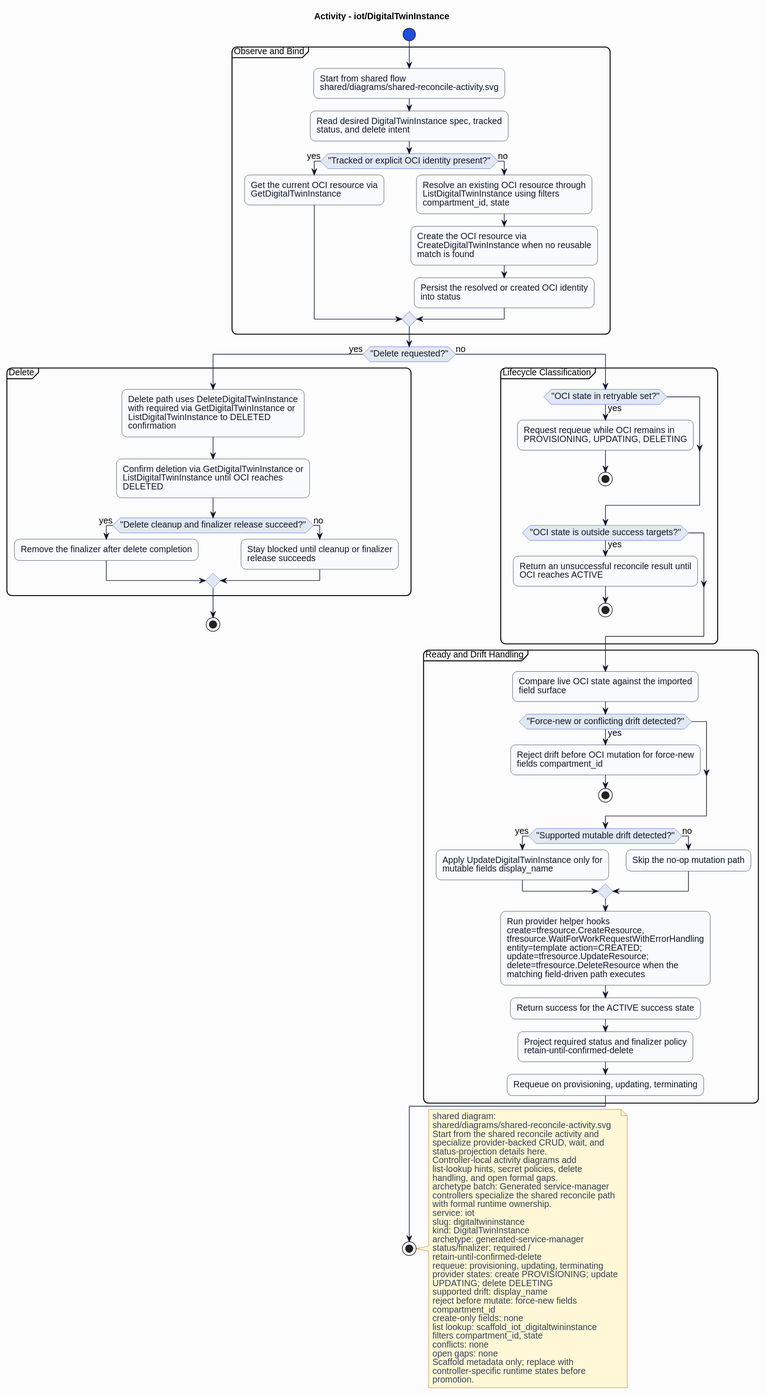
Above: formal/controllers/iot/digitaltwininstance/diagrams/activity.svg in HaoyL666/oci-service-operator (PlantUML), before the change. Its diagram source:
```plantuml
@startuml
skinparam shadowing false
skinparam backgroundColor #fcfcfd
skinparam defaultFontName Helvetica
skinparam defaultFontSize 14
skinparam arrowColor #0f172a
skinparam noteBackgroundColor #fff7d6
skinparam noteBorderColor #b45309
skinparam noteFontColor #334155
skinparam roundcorner 16
title Activity - iot/DigitalTwinInstance
skinparam activity {
  backgroundColor #f8fafc
  borderColor #0f172a
  fontColor #0f172a
  diamondBackgroundColor #e2e8f0
  diamondBorderColor #1d4ed8
  diamondFontColor #0f172a
  startColor #1d4ed8
  endColor #0f172a
  barColor #1d4ed8
}
start
partition "Observe and Bind" {
:Start from shared flow\nshared/diagrams/shared-reconcile-activity.svg;
:Read desired DigitalTwinInstance spec, tracked\nstatus, and delete intent;
if ("Tracked or explicit OCI identity present?") then (yes)
:Get the current OCI resource via\nGetDigitalTwinInstance;
else (no)
:Resolve an existing OCI resource through\nListDigitalTwinInstance using filters\ncompartment_id, state;
:Create the OCI resource via\nCreateDigitalTwinInstance when no reusable\nmatch is found;
:Persist the resolved or created OCI identity\ninto status;
endif
}
if ("Delete requested?") then (yes)
partition "Delete" {
:Delete path uses DeleteDigitalTwinInstance\nwith required via GetDigitalTwinInstance or\nListDigitalTwinInstance to DELETED\nconfirmation;
:Confirm deletion via GetDigitalTwinInstance or\nListDigitalTwinInstance until OCI reaches\nDELETED;
if ("Delete cleanup and finalizer release succeed?") then (yes)
:Remove the finalizer after delete completion;
else (no)
:Stay blocked until cleanup or finalizer\nrelease succeeds;
endif
}
stop
else (no)
partition "Lifecycle Classification" {
if ("OCI state in retryable set?") then (yes)
:Request requeue while OCI remains in\nPROVISIONING, UPDATING, DELETING;
stop
endif
if ("OCI state is outside success targets?") then (yes)
:Return an unsuccessful reconcile result until\nOCI reaches ACTIVE;
stop
endif
}
partition "Ready and Drift Handling" {
:Compare live OCI state against the imported\nfield surface;
if ("Force-new or conflicting drift detected?") then (yes)
:Reject drift before OCI mutation for force-new\nfields compartment_id;
stop
endif
if ("Supported mutable drift detected?") then (yes)
:Apply UpdateDigitalTwinInstance only for\nmutable fields display_name;
else (no)
:Skip the no-op mutation path;
endif
:Run provider helper hooks\ncreate=tfresource.CreateResource,\ntfresource.WaitForWorkRequestWithErrorHandling\nentity=template action=CREATED;\nupdate=tfresource.UpdateResource;\ndelete=tfresource.DeleteResource when the\nmatching field-driven path executes;
:Return success for the ACTIVE success state;
:Project required status and finalizer policy\nretain-until-confirmed-delete;
:Requeue on provisioning, updating, terminating;
}
endif
stop
note right
shared diagram:
shared/diagrams/shared-reconcile-activity.svg
Start from the shared reconcile activity and
specialize provider-backed CRUD, wait, and
status-projection details here.
Controller-local activity diagrams add
list-lookup hints, secret policies, delete
handling, and open formal gaps.
archetype batch: Generated service-manager
controllers specialize the shared reconcile path
with formal runtime ownership.
service: iot
slug: digitaltwininstance
kind: DigitalTwinInstance
archetype: generated-service-manager
status/finalizer: required /
retain-until-confirmed-delete
requeue: provisioning, updating, terminating
provider states: create PROVISIONING; update
UPDATING; delete DELETING
supported drift: display_name
reject before mutate: force-new fields
compartment_id
create-only fields: none
list lookup: scaffold_iot_digitaltwininstance
filters compartment_id, state
conflicts: none
open gaps: none
Scaffold metadata only; replace with
controller-specific runtime states before
promotion.
end note
@enduml
```
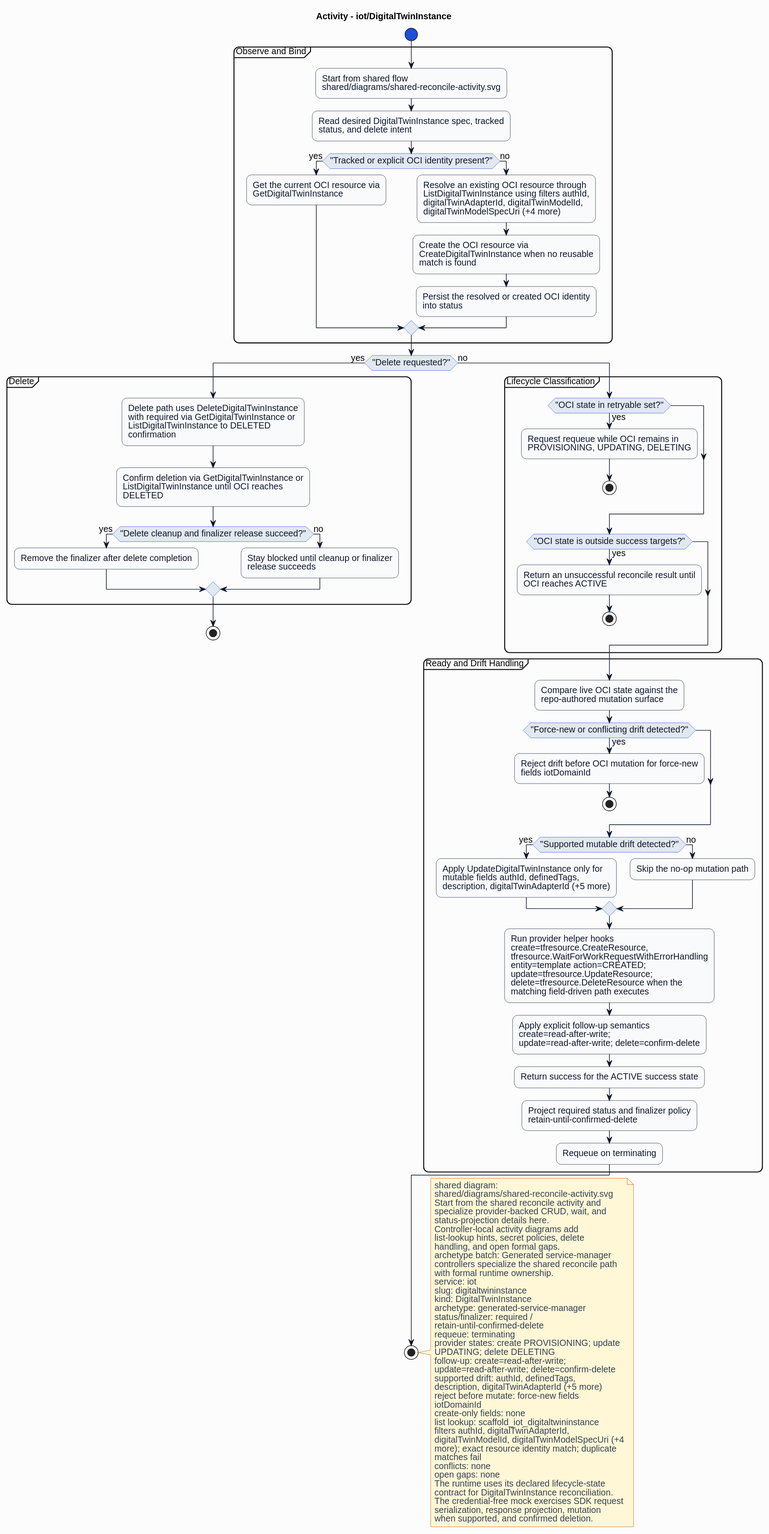
The same diagram one commit later.

Diff of the diagram source:
```diff
@@ -27,7 +27,7 @@
 if ("Tracked or explicit OCI identity present?") then (yes)
 :Get the current OCI resource via\nGetDigitalTwinInstance;
 else (no)
-:Resolve an existing OCI resource through\nListDigitalTwinInstance using filters\ncompartment_id, state;
+:Resolve an existing OCI resource through\nListDigitalTwinInstance using filters authId,\ndigitalTwinAdapterId, digitalTwinModelId,\ndigitalTwinModelSpecUri (+4 more);
 :Create the OCI resource via\nCreateDigitalTwinInstance when no reusable\nmatch is found;
 :Persist the resolved or created OCI identity\ninto status;
 endif
@@ -55,20 +55,21 @@
 endif
 }
 partition "Ready and Drift Handling" {
-:Compare live OCI state against the imported\nfield surface;
+:Compare live OCI state against the\nrepo-authored mutation surface;
 if ("Force-new or conflicting drift detected?") then (yes)
-:Reject drift before OCI mutation for force-new\nfields compartment_id;
+:Reject drift before OCI mutation for force-new\nfields iotDomainId;
 stop
 endif
 if ("Supported mutable drift detected?") then (yes)
-:Apply UpdateDigitalTwinInstance only for\nmutable fields display_name;
+:Apply UpdateDigitalTwinInstance only for\nmutable fields authId, definedTags,\ndescription, digitalTwinAdapterId (+5 more);
 else (no)
 :Skip the no-op mutation path;
 endif
 :Run provider helper hooks\ncreate=tfresource.CreateResource,\ntfresource.WaitForWorkRequestWithErrorHandling\nentity=template action=CREATED;\nupdate=tfresource.UpdateResource;\ndelete=tfresource.DeleteResource when the\nmatching field-driven path executes;
+:Apply explicit follow-up semantics\ncreate=read-after-write;\nupdate=read-after-write; delete=confirm-delete;
 :Return success for the ACTIVE success state;
 :Project required status and finalizer policy\nretain-until-confirmed-delete;
-:Requeue on provisioning, updating, terminating;
+:Requeue on terminating;
 }
 endif
 stop
@@ -90,19 +91,27 @@
 archetype: generated-service-manager
 status/finalizer: required /
 retain-until-confirmed-delete
-requeue: provisioning, updating, terminating
+requeue: terminating
 provider states: create PROVISIONING; update
 UPDATING; delete DELETING
-supported drift: display_name
+follow-up: create=read-after-write;
+update=read-after-write; delete=confirm-delete
+supported drift: authId, definedTags,
+description, digitalTwinAdapterId (+5 more)
 reject before mutate: force-new fields
-compartment_id
+iotDomainId
 create-only fields: none
 list lookup: scaffold_iot_digitaltwininstance
-filters compartment_id, state
+filters authId, digitalTwinAdapterId,
+digitalTwinModelId, digitalTwinModelSpecUri (+4
+more); exact resource identity match; duplicate
+matches fail
 conflicts: none
 open gaps: none
-Scaffold metadata only; replace with
-controller-specific runtime states before
-promotion.
+The runtime uses its declared lifecycle-state
+contract for DigitalTwinInstance reconciliation.
+The credential-free mock exercises SDK request
+serialization, response projection, mutation
+when supported, and confirmed deletion.
 end note
 @enduml
```
